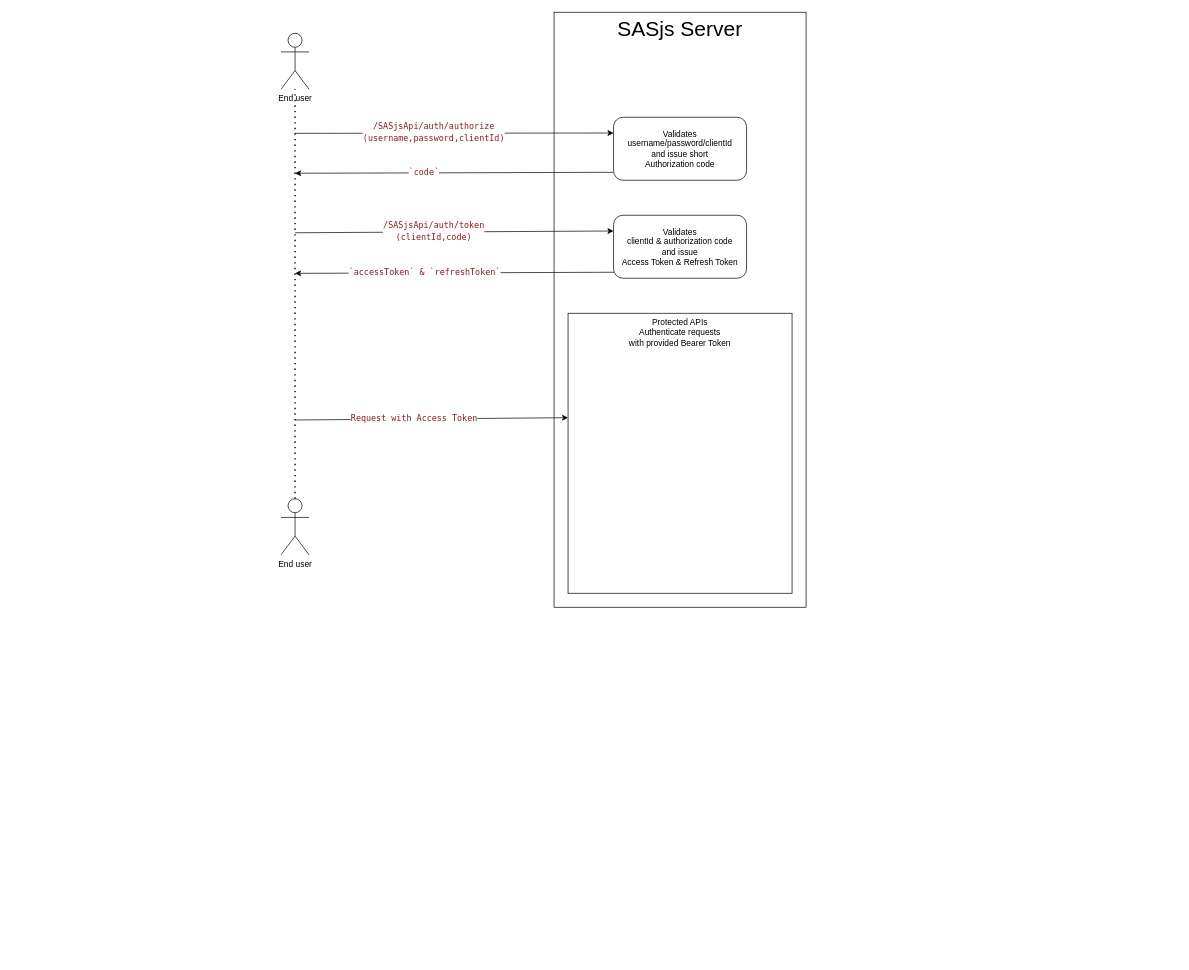
This is SASjsServer.drawio from sasjs/server, a draw.io file, before an edit. Source tidied: cells renumbered, new cells numbered last; positions are measured from the earlier drawing's top-left corner, leaving out a move shared by most shapes. Both pictures are drawn from the tidied source at 70%, with x=0, y=0 at pixel (281, 12).
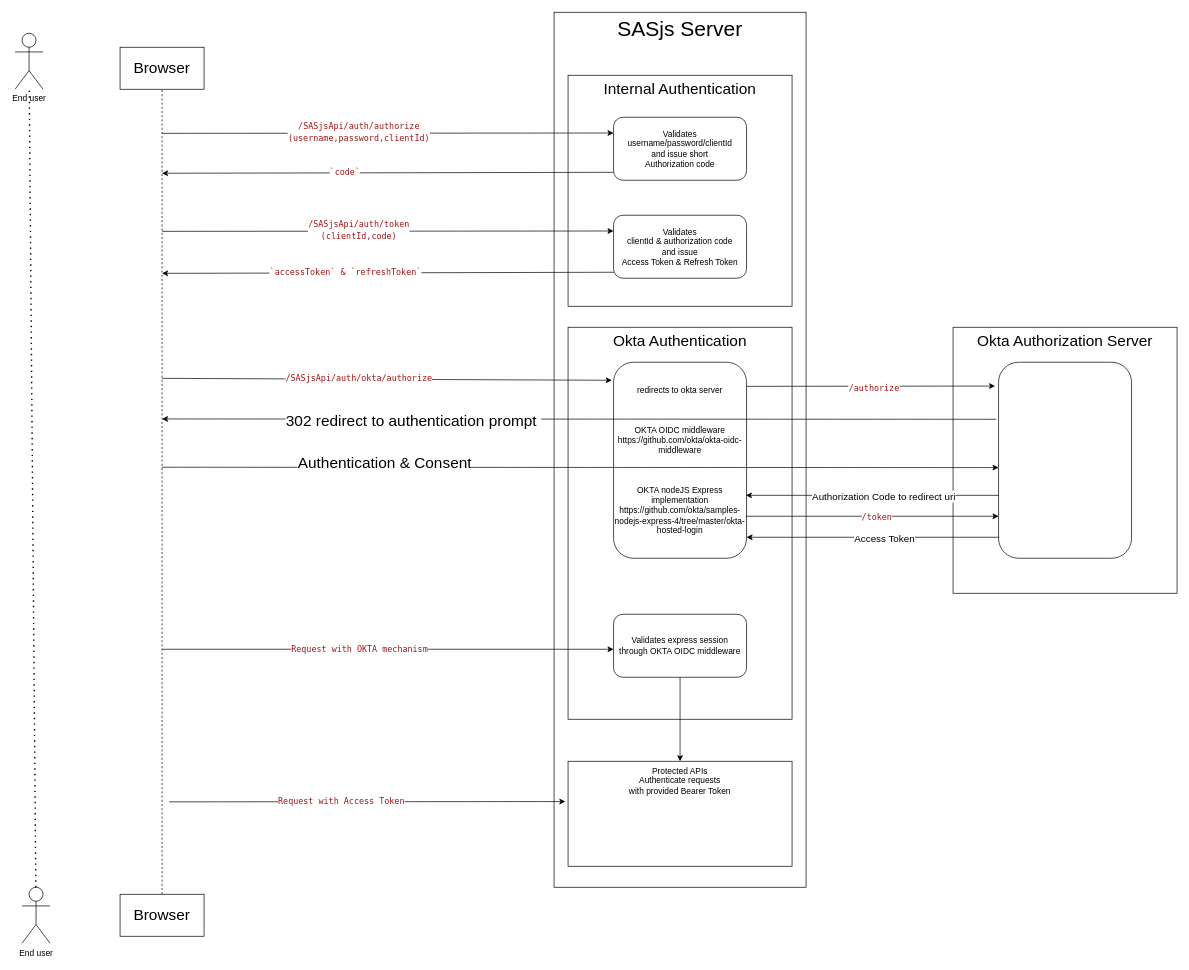
The same page after the edit.

Commit message (it also covers changes not shown here):
chore: draw.io diagram of authentication

The change refers to these unchanged cells:
```xml
<mxCell id="14" value="&lt;span&gt;Validates&lt;/span&gt;&lt;br&gt;&lt;span&gt;username/password/clientId&lt;/span&gt;&lt;br&gt;&lt;span&gt;and issue short&lt;/span&gt;&lt;br&gt;&lt;span&gt;Authorization code&lt;/span&gt;" style="rounded=1;whiteSpace=wrap;html=1;" parent="1" vertex="1">
  <mxGeometry x="475" y="150" width="190" height="90" as="geometry" />
</mxCell>
<mxCell id="15" value="Validates&lt;br&gt;clientId &amp;amp; authorization code&lt;br&gt;and issue&lt;br&gt;Access Token &amp;amp; Refresh Token" style="rounded=1;whiteSpace=wrap;html=1;" parent="1" vertex="1">
  <mxGeometry x="475" y="290" width="190" height="90" as="geometry" />
</mxCell>
```

Diff of the diagram source:
```diff
@@
+    <mxCell id="3" value="SASjs Server" style="whiteSpace=wrap;html=1;verticalAlign=top;fontStyle=0;fontSize=30;" parent="1" vertex="1">
+      <mxGeometry x="390" width="360" height="1250" as="geometry" />
+    </mxCell>
+    <mxCell id="19" value="&lt;font style=&quot;font-size: 22px&quot;&gt;Internal Authentication&lt;/font&gt;" style="whiteSpace=wrap;html=1;verticalAlign=top;fontStyle=0;" parent="1" vertex="1">
+      <mxGeometry x="410" y="90" width="320" height="330" as="geometry" />
+    </mxCell>
     <mxCell id="2" value="End user" style="shape=umlActor;verticalLabelPosition=bottom;verticalAlign=top;html=1;outlineConnect=0;fontStyle=0;" parent="1" vertex="1">
-      <mxGeometry y="30" width="40" height="80" as="geometry" />
+      <mxGeometry x="-380" y="30" width="40" height="80" as="geometry" />
     </mxCell>
-    <mxCell id="3" value="SASjs Server" style="whiteSpace=wrap;html=1;verticalAlign=top;fontStyle=0;fontSize=30;" parent="1" vertex="1">
-      <mxGeometry x="390" width="360" height="850" as="geometry" />
-    </mxCell>
     <mxCell id="4" style="edgeStyle=none;html=1;entryX=0;entryY=0.25;entryDx=0;entryDy=0;" parent="1" edge="1" target="14">
       <mxGeometry relative="1" as="geometry">
-        <mxPoint x="20" y="173" as="sourcePoint" />
+        <mxPoint x="-170" y="173" as="sourcePoint" />
       </mxGeometry>
     </mxCell>
@@
     <mxCell id="6" style="edgeStyle=none;html=1;exitX=-0.002;exitY=0.874;exitDx=0;exitDy=0;exitPerimeter=0;" parent="1" edge="1" source="14">
       <mxGeometry relative="1" as="geometry">
-        <mxPoint x="20" y="230" as="targetPoint" />
+        <mxPoint x="-170" y="230" as="targetPoint" />
       </mxGeometry>
     </mxCell>
@@
     <mxCell id="8" value="End user" style="shape=umlActor;verticalLabelPosition=bottom;verticalAlign=top;html=1;outlineConnect=0;fontStyle=0;" parent="1" vertex="1">
-      <mxGeometry y="695" width="40" height="80" as="geometry" />
+      <mxGeometry x="-370" y="1250" width="40" height="80" as="geometry" />
     </mxCell>
     <mxCell id="9" style="edgeStyle=none;html=1;entryX=0;entryY=0.25;entryDx=0;entryDy=0;" parent="1" edge="1" target="15">
       <mxGeometry relative="1" as="geometry">
-        <mxPoint x="20" y="315" as="sourcePoint" />
+        <mxPoint x="-170" y="313" as="sourcePoint" />
       </mxGeometry>
     </mxCell>
@@
     <mxCell id="11" style="edgeStyle=none;html=1;exitX=0.009;exitY=0.905;exitDx=0;exitDy=0;exitPerimeter=0;" parent="1" edge="1" source="15">
       <mxGeometry relative="1" as="geometry">
-        <mxPoint x="20" y="373" as="targetPoint" />
+        <mxPoint x="-170" y="373" as="targetPoint" />
       </mxGeometry>
     </mxCell>
@@
     <mxCell id="16" value="Protected APIs&lt;br&gt;Authenticate requests &lt;br&gt;with provided Bearer Token" style="whiteSpace=wrap;html=1;verticalAlign=top;fontStyle=0;" parent="1" vertex="1">
-      <mxGeometry x="410" y="430" width="320" height="400" as="geometry" />
+      <mxGeometry x="410" y="1070" width="320" height="150" as="geometry" />
     </mxCell>
-    <mxCell id="17" style="edgeStyle=none;html=1;entryX=0;entryY=0.373;entryDx=0;entryDy=0;entryPerimeter=0;" parent="1" edge="1" target="16">
+    <mxCell id="17" style="edgeStyle=none;html=1;entryX=-0.012;entryY=0.384;entryDx=0;entryDy=0;entryPerimeter=0;" parent="1" edge="1" target="16">
       <mxGeometry relative="1" as="geometry">
-        <mxPoint x="20" y="582.5" as="sourcePoint" />
+        <mxPoint x="-160" y="1128" as="sourcePoint" />
       </mxGeometry>
     </mxCell>
@@
+    <mxCell id="20" value="Browser" style="rounded=0;whiteSpace=wrap;html=1;fontSize=22;" parent="1" vertex="1">
+      <mxGeometry x="-230" y="50" width="120" height="60" as="geometry" />
+    </mxCell>
+    <mxCell id="21" value="Browser" style="rounded=0;whiteSpace=wrap;html=1;fontSize=22;" parent="1" vertex="1">
+      <mxGeometry x="-230" y="1260" width="120" height="60" as="geometry" />
+    </mxCell>
+    <mxCell id="22" style="endArrow=none;dashed=1;html=1;fontSize=22;entryX=0.5;entryY=1;entryDx=0;entryDy=0;exitX=0.5;exitY=0;exitDx=0;exitDy=0;" parent="1" edge="1" source="21" target="20">
+      <mxGeometry relative="1" as="geometry" />
+    </mxCell>
+    <mxCell id="23" value="&lt;font style=&quot;font-size: 22px&quot;&gt;Okta Authentication&lt;/font&gt;" style="whiteSpace=wrap;html=1;verticalAlign=top;fontStyle=0;" parent="1" vertex="1">
+      <mxGeometry x="410" y="450" width="320" height="560" as="geometry" />
+    </mxCell>
+    <mxCell id="24" style="edgeStyle=none;html=1;entryX=-0.013;entryY=0.092;entryDx=0;entryDy=0;entryPerimeter=0;" parent="1" edge="1" target="26">
+      <mxGeometry relative="1" as="geometry">
+        <mxPoint x="-170" y="523" as="sourcePoint" />
+      </mxGeometry>
+    </mxCell>
+    <mxCell id="25" value="&lt;div style=&quot;font-family: &amp;#34;menlo&amp;#34; , &amp;#34;monaco&amp;#34; , &amp;#34;courier new&amp;#34; , monospace ; font-size: 12px ; line-height: 18px&quot;&gt;&lt;span style=&quot;color: #a31515&quot;&gt;/SASjsApi/auth/okta/authorize&lt;br&gt;&lt;/span&gt;&lt;/div&gt;" style="edgeLabel;html=1;align=center;verticalAlign=middle;" parent="24" vertex="1">
+      <mxGeometry x="-0.13" y="2" relative="1" as="geometry" />
+    </mxCell>
+    <mxCell id="26" value="redirects to okta server&lt;br&gt;&lt;br&gt;&lt;br&gt;&lt;br&gt;OKTA OIDC middleware&lt;br&gt;https://github.com/okta/okta-oidc-middleware&lt;br&gt;&lt;br&gt;&lt;br&gt;&lt;br&gt;OKTA nodeJS Express implementation&lt;br&gt;https://github.com/okta/samples-nodejs-express-4/tree/master/okta-hosted-login&lt;br&gt;" style="rounded=1;whiteSpace=wrap;html=1;" parent="1" vertex="1">
+      <mxGeometry x="475" y="500" width="190" height="280" as="geometry" />
+    </mxCell>
+    <mxCell id="27" style="edgeStyle=none;html=1;exitX=0.5;exitY=1;exitDx=0;exitDy=0;entryX=0.5;entryY=0;entryDx=0;entryDy=0;fontSize=14;" parent="1" edge="1" source="28" target="16">
+      <mxGeometry relative="1" as="geometry" />
+    </mxCell>
+    <mxCell id="28" value="Validates express session &lt;br&gt;through OKTA OIDC middleware" style="rounded=1;whiteSpace=wrap;html=1;" parent="1" vertex="1">
+      <mxGeometry x="475" y="860" width="190" height="90" as="geometry" />
+    </mxCell>
+    <mxCell id="29" value="&lt;span style=&quot;font-size: 22px&quot;&gt;Okta Authorization Server&lt;br&gt;&lt;/span&gt;" style="whiteSpace=wrap;html=1;verticalAlign=top;fontStyle=0;" parent="1" vertex="1">
+      <mxGeometry x="960" y="450" width="320" height="380" as="geometry" />
+    </mxCell>
+    <mxCell id="30" style="rounded=1;whiteSpace=wrap;html=1;" parent="1" vertex="1">
+      <mxGeometry x="1025" y="500" width="190" height="280" as="geometry" />
+    </mxCell>
+    <mxCell id="31" style="endArrow=classic;html=1;fontSize=22;exitX=1.002;exitY=0.123;exitDx=0;exitDy=0;exitPerimeter=0;" parent="1" edge="1" source="26">
+      <mxGeometry relative="1" as="geometry">
+        <mxPoint x="1020" y="534" as="targetPoint" />
+      </mxGeometry>
+    </mxCell>
+    <mxCell id="32" value="&lt;span style=&quot;color: rgb(163 , 21 , 21) ; font-family: &amp;#34;menlo&amp;#34; , &amp;#34;monaco&amp;#34; , &amp;#34;courier new&amp;#34; , monospace ; font-size: 12px&quot;&gt;/authorize&lt;/span&gt;" style="edgeLabel;html=1;align=center;verticalAlign=middle;fontSize=22;" parent="31" vertex="1">
+      <mxGeometry x="0.02" y="1" relative="1" as="geometry" />
+    </mxCell>
+    <mxCell id="33" style="endArrow=classic;html=1;fontSize=22;exitX=-0.016;exitY=0.291;exitDx=0;exitDy=0;exitPerimeter=0;" parent="1" edge="1" source="30">
+      <mxGeometry relative="1" as="geometry">
+        <mxPoint x="-170" y="581" as="targetPoint" />
+      </mxGeometry>
+    </mxCell>
+    <mxCell id="34" value="302 redirect to authentication prompt&amp;nbsp;" style="edgeLabel;html=1;align=center;verticalAlign=middle;fontSize=22;" parent="33" vertex="1">
+      <mxGeometry x="-0.66" y="3" relative="1" as="geometry">
+        <mxPoint x="-630" as="offset" />
+      </mxGeometry>
+    </mxCell>
+    <mxCell id="35" style="endArrow=classic;html=1;fontSize=22;" parent="1" edge="1">
+      <mxGeometry relative="1" as="geometry">
+        <mxPoint x="-170" y="650" as="sourcePoint" />
+        <mxPoint x="1025" y="650.5" as="targetPoint" />
+      </mxGeometry>
+    </mxCell>
+    <mxCell id="36" value="Authentication &amp;amp; Consent" style="edgeLabel;html=1;align=center;verticalAlign=middle;fontSize=22;" parent="35" vertex="1">
+      <mxGeometry x="-0.47" y="6" relative="1" as="geometry" />
+    </mxCell>
+    <mxCell id="37" style="endArrow=classic;html=1;fontSize=22;exitX=0;exitY=0.679;exitDx=0;exitDy=0;exitPerimeter=0;entryX=0.995;entryY=0.679;entryDx=0;entryDy=0;entryPerimeter=0;" parent="1" edge="1" source="30" target="26">
+      <mxGeometry relative="1" as="geometry" />
+    </mxCell>
+    <mxCell id="38" value="Authorization Code to redirect uri" style="edgeLabel;html=1;align=center;verticalAlign=middle;fontSize=14;" parent="37" vertex="1">
+      <mxGeometry x="0.06" y="1" relative="1" as="geometry">
+        <mxPoint x="26" as="offset" />
+      </mxGeometry>
+    </mxCell>
+    <mxCell id="39" style="endArrow=classic;html=1;fontSize=22;exitX=0;exitY=0.679;exitDx=0;exitDy=0;exitPerimeter=0;entryX=0.995;entryY=0.679;entryDx=0;entryDy=0;entryPerimeter=0;" parent="1" edge="1">
+      <mxGeometry relative="1" as="geometry">
+        <mxPoint x="664.1" y="720" as="sourcePoint" />
+        <mxPoint x="1025" y="720" as="targetPoint" />
+      </mxGeometry>
+    </mxCell>
+    <mxCell id="40" value="&lt;span style=&quot;color: rgb(163 , 21 , 21) ; font-family: &amp;#34;menlo&amp;#34; , &amp;#34;monaco&amp;#34; , &amp;#34;courier new&amp;#34; , monospace ; font-size: 12px&quot;&gt;/token&lt;/span&gt;" style="edgeLabel;html=1;align=center;verticalAlign=middle;fontSize=14;" parent="39" vertex="1">
+      <mxGeometry x="0.06" y="1" relative="1" as="geometry">
+        <mxPoint x="-5" y="1" as="offset" />
+      </mxGeometry>
+    </mxCell>
+    <mxCell id="41" style="endArrow=classic;html=1;fontSize=22;exitX=0;exitY=0.679;exitDx=0;exitDy=0;exitPerimeter=0;entryX=0.995;entryY=0.679;entryDx=0;entryDy=0;entryPerimeter=0;" parent="1" edge="1">
+      <mxGeometry relative="1" as="geometry">
+        <mxPoint x="1026" y="750" as="sourcePoint" />
+        <mxPoint x="665" y="750" as="targetPoint" />
+      </mxGeometry>
+    </mxCell>
+    <mxCell id="42" value="Access Token" style="edgeLabel;html=1;align=center;verticalAlign=middle;fontSize=14;" parent="41" vertex="1">
+      <mxGeometry x="0.06" y="1" relative="1" as="geometry">
+        <mxPoint x="26" as="offset" />
+      </mxGeometry>
+    </mxCell>
+    <mxCell id="43" style="edgeStyle=none;html=1;entryX=-0.012;entryY=0.384;entryDx=0;entryDy=0;entryPerimeter=0;" parent="1" edge="1">
+      <mxGeometry relative="1" as="geometry">
+        <mxPoint x="-170" y="910" as="sourcePoint" />
+        <mxPoint x="475" y="910" as="targetPoint" />
+      </mxGeometry>
+    </mxCell>
+    <mxCell id="44" value="&lt;div style=&quot;font-family: &amp;#34;menlo&amp;#34; , &amp;#34;monaco&amp;#34; , &amp;#34;courier new&amp;#34; , monospace ; font-size: 12px ; line-height: 18px&quot;&gt;&lt;div style=&quot;font-family: &amp;#34;menlo&amp;#34; , &amp;#34;monaco&amp;#34; , &amp;#34;courier new&amp;#34; , monospace ; line-height: 18px&quot;&gt;&lt;font color=&quot;#a31515&quot;&gt;Request with OKTA mechanism&lt;/font&gt;&lt;/div&gt;&lt;/div&gt;" style="edgeLabel;html=1;align=center;verticalAlign=middle;" parent="43" vertex="1">
+      <mxGeometry x="-0.13" y="2" relative="1" as="geometry" />
+    </mxCell>
```
